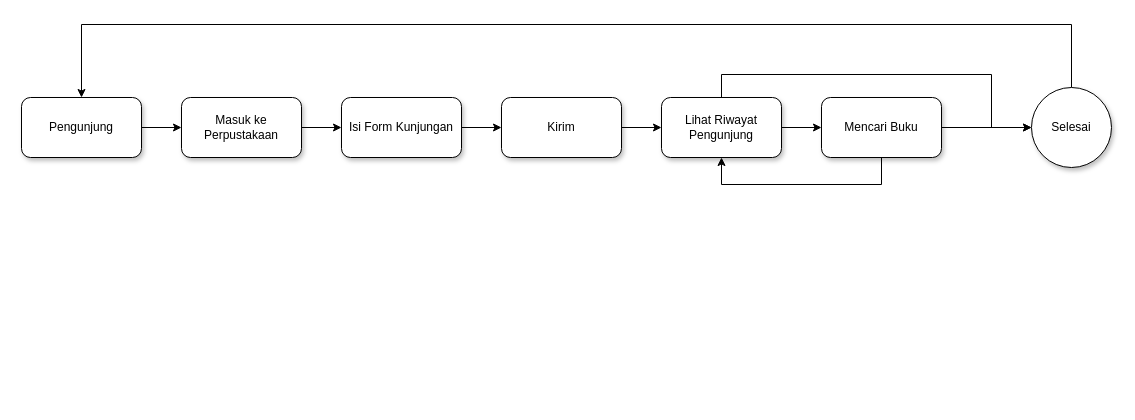
Before: Alur-Perpus-Digital.drawio in Afkar-Saga/perpus-digital, a draw.io diagram. Source tidied: cells renumbered, new cells numbered last; positions are measured from the earlier drawing's top-left corner, leaving out a move shared by most shapes. Both pictures are drawn from the tidied source at 100%, with x=0, y=0 at pixel (21, 24).
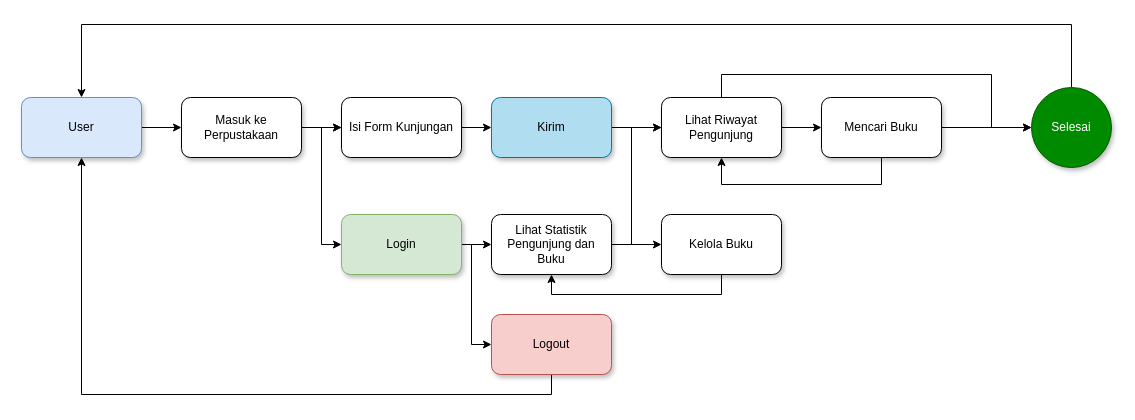
After the change.

The change refers to these unchanged cells:
```xml
<mxCell id="5" value="Masuk ke Perpustakaan" style="rounded=1;whiteSpace=wrap;html=1;shadow=1;" parent="1" vertex="1">
  <mxGeometry x="160" y="73" width="120" height="60" as="geometry" />
</mxCell>
<mxCell id="7" value="Isi Form Kunjungan" style="whiteSpace=wrap;html=1;rounded=1;shadow=1;" parent="1" vertex="1">
  <mxGeometry x="320" y="73" width="120" height="60" as="geometry" />
</mxCell>
<mxCell id="10" value="Lihat Riwayat Pengunjung" style="whiteSpace=wrap;html=1;rounded=1;shadow=1;" parent="1" vertex="1">
  <mxGeometry x="640" y="73" width="120" height="60" as="geometry" />
</mxCell>
```

Diff of the diagram source:
```diff
@@
-    <mxCell id="3" value="Pengunjung" style="rounded=1;whiteSpace=wrap;html=1;shadow=1;" parent="1" vertex="1">
+    <mxCell id="3" value="User" style="rounded=1;whiteSpace=wrap;html=1;shadow=1;fillColor=#dae8fc;strokeColor=#6c8ebf;" parent="1" vertex="1">
       <mxGeometry y="73" width="120" height="60" as="geometry" />
     </mxCell>
@@
+    <mxCell id="18" style="edgeStyle=orthogonalEdgeStyle;rounded=0;jettySize=auto;html=1;fontFamily=Helvetica;fontSize=12;fontColor=default;" parent="1" edge="1" source="5" target="7">
+      <mxGeometry relative="1" as="geometry" />
+    </mxCell>
+    <mxCell id="19" style="edgeStyle=orthogonalEdgeStyle;rounded=0;jettySize=auto;html=1;fontFamily=Helvetica;fontSize=12;fontColor=default;entryX=0;entryY=0.5;entryDx=0;entryDy=0;" parent="1" edge="1" source="5" target="22">
+      <mxGeometry relative="1" as="geometry">
+        <Array as="points">
+          <mxPoint x="300" y="103" />
+          <mxPoint x="300" y="220" />
+        </Array>
+      </mxGeometry>
+    </mxCell>
@@
-    <mxCell id="15" value="Selesai" style="ellipse;whiteSpace=wrap;html=1;shadow=1;" parent="1" vertex="1">
+    <mxCell id="15" value="Selesai" style="ellipse;whiteSpace=wrap;html=1;shadow=1;fillColor=#008a00;strokeColor=#005700;fontColor=#ffffff;" parent="1" vertex="1">
       <mxGeometry x="1010" y="63" width="80" height="80" as="geometry" />
     </mxCell>
@@
-    <mxCell id="17" value="Kirim" style="whiteSpace=wrap;html=1;rounded=1;shadow=1;" parent="1" vertex="1">
-      <mxGeometry x="480" y="73" width="120" height="60" as="geometry" />
+    <mxCell id="17" value="Kirim" style="whiteSpace=wrap;html=1;rounded=1;shadow=1;fillColor=#b1ddf0;strokeColor=#10739e;" parent="1" vertex="1">
+      <mxGeometry x="470" y="73" width="120" height="60" as="geometry" />
     </mxCell>
+    <mxCell id="20" style="edgeStyle=orthogonalEdgeStyle;rounded=0;jettySize=auto;html=1;fontFamily=Helvetica;fontSize=12;fontColor=default;" parent="1" edge="1" source="22" target="25">
+      <mxGeometry relative="1" as="geometry" />
+    </mxCell>
+    <mxCell id="21" style="edgeStyle=orthogonalEdgeStyle;rounded=0;jettySize=auto;html=1;fontFamily=Helvetica;fontSize=12;fontColor=default;" parent="1" edge="1" source="22" target="29">
+      <mxGeometry relative="1" as="geometry">
+        <Array as="points">
+          <mxPoint x="450" y="220" />
+          <mxPoint x="450" y="320" />
+        </Array>
+      </mxGeometry>
+    </mxCell>
+    <mxCell id="22" value="Login" style="rounded=1;whiteSpace=wrap;html=1;shadow=1;strokeColor=#82b366;align=center;verticalAlign=middle;fontFamily=Helvetica;fontSize=12;fillColor=#d5e8d4;" parent="1" vertex="1">
+      <mxGeometry x="320" y="190" width="120" height="60" as="geometry" />
+    </mxCell>
+    <mxCell id="23" style="edgeStyle=orthogonalEdgeStyle;rounded=0;jettySize=auto;html=1;entryX=0;entryY=0.5;entryDx=0;entryDy=0;fontFamily=Helvetica;fontSize=12;fontColor=default;" parent="1" edge="1" source="25" target="10">
+      <mxGeometry relative="1" as="geometry">
+        <Array as="points">
+          <mxPoint x="610" y="220" />
+          <mxPoint x="610" y="103" />
+        </Array>
+      </mxGeometry>
+    </mxCell>
+    <mxCell id="24" style="edgeStyle=orthogonalEdgeStyle;rounded=0;jettySize=auto;html=1;fontFamily=Helvetica;fontSize=12;fontColor=default;" parent="1" edge="1" source="25" target="27">
+      <mxGeometry relative="1" as="geometry" />
+    </mxCell>
+    <mxCell id="25" value="Lihat Statistik Pengunjung dan Buku" style="rounded=1;whiteSpace=wrap;html=1;shadow=1;strokeColor=default;align=center;verticalAlign=middle;fontFamily=Helvetica;fontSize=12;fontColor=default;fillColor=default;" parent="1" vertex="1">
+      <mxGeometry x="470" y="190" width="120" height="60" as="geometry" />
+    </mxCell>
+    <mxCell id="26" style="edgeStyle=orthogonalEdgeStyle;rounded=0;jettySize=auto;html=1;entryX=0.5;entryY=1;entryDx=0;entryDy=0;fontFamily=Helvetica;fontSize=12;fontColor=default;exitX=0.5;exitY=1;exitDx=0;exitDy=0;" parent="1" edge="1" source="27" target="25">
+      <mxGeometry relative="1" as="geometry" />
+    </mxCell>
+    <mxCell id="27" value="Kelola Buku" style="rounded=1;whiteSpace=wrap;html=1;shadow=1;strokeColor=default;align=center;verticalAlign=middle;fontFamily=Helvetica;fontSize=12;fontColor=default;fillColor=default;" parent="1" vertex="1">
+      <mxGeometry x="640" y="190" width="120" height="60" as="geometry" />
+    </mxCell>
+    <mxCell id="28" style="edgeStyle=orthogonalEdgeStyle;rounded=0;jettySize=auto;html=1;entryX=0.5;entryY=1;entryDx=0;entryDy=0;fontFamily=Helvetica;fontSize=12;fontColor=default;exitX=0.5;exitY=1;exitDx=0;exitDy=0;" parent="1" edge="1" source="29" target="3">
+      <mxGeometry relative="1" as="geometry" />
+    </mxCell>
+    <mxCell id="29" value="Logout" style="rounded=1;whiteSpace=wrap;html=1;shadow=1;strokeColor=#b85450;align=center;verticalAlign=middle;fontFamily=Helvetica;fontSize=12;fillColor=#f8cecc;" parent="1" vertex="1">
+      <mxGeometry x="470" y="290" width="120" height="60" as="geometry" />
+    </mxCell>
```
